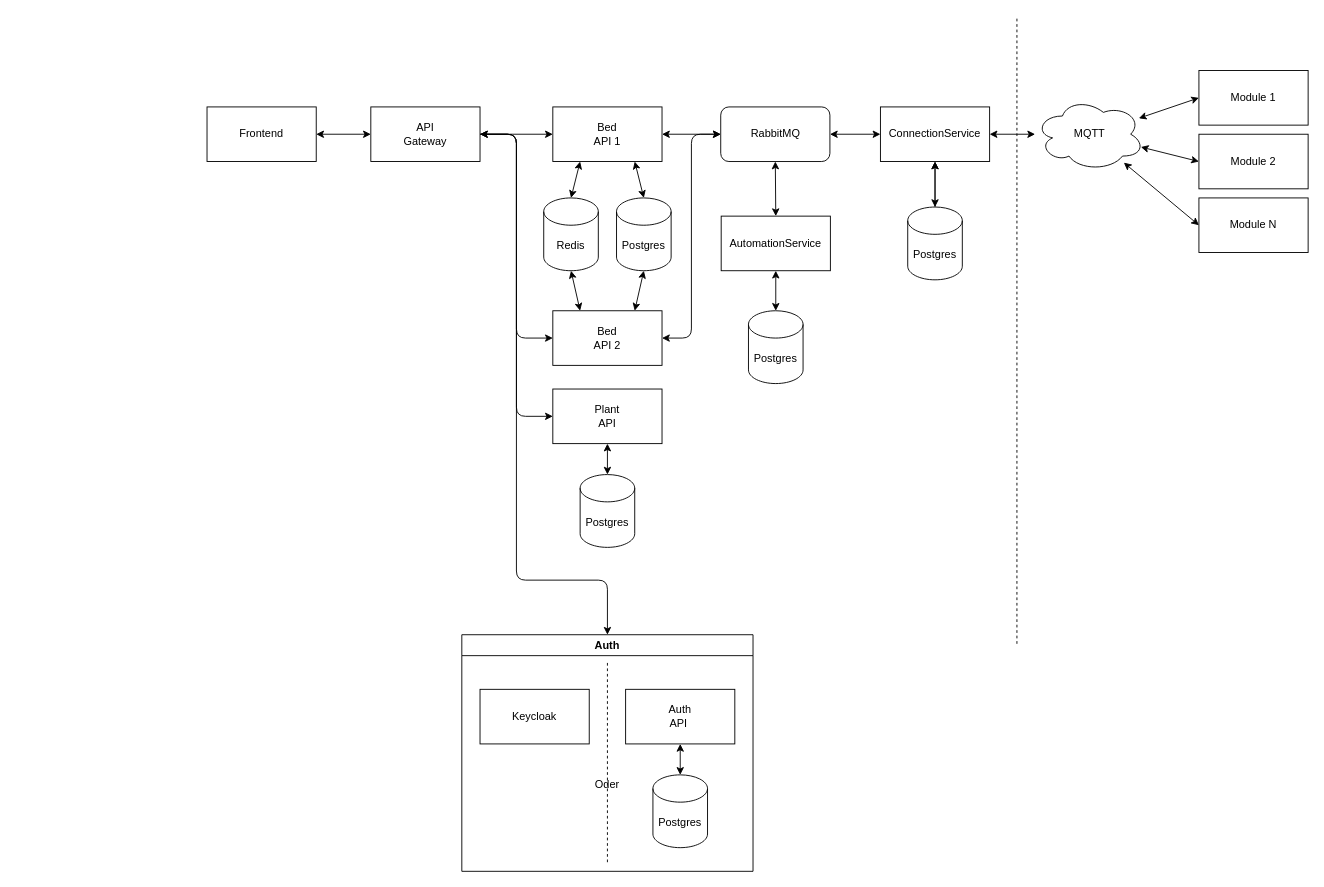
This is docs/planning/Architecture.drawio from S-Mitterlehner/smart-garden, a draw.io file, before an edit. Source tidied: cells renumbered, new cells numbered last; positions are measured from the earlier drawing's top-left corner, leaving out a move shared by most shapes. Both pictures are drawn from the tidied source at 91%, with x=0, y=0 at pixel (207, 15).
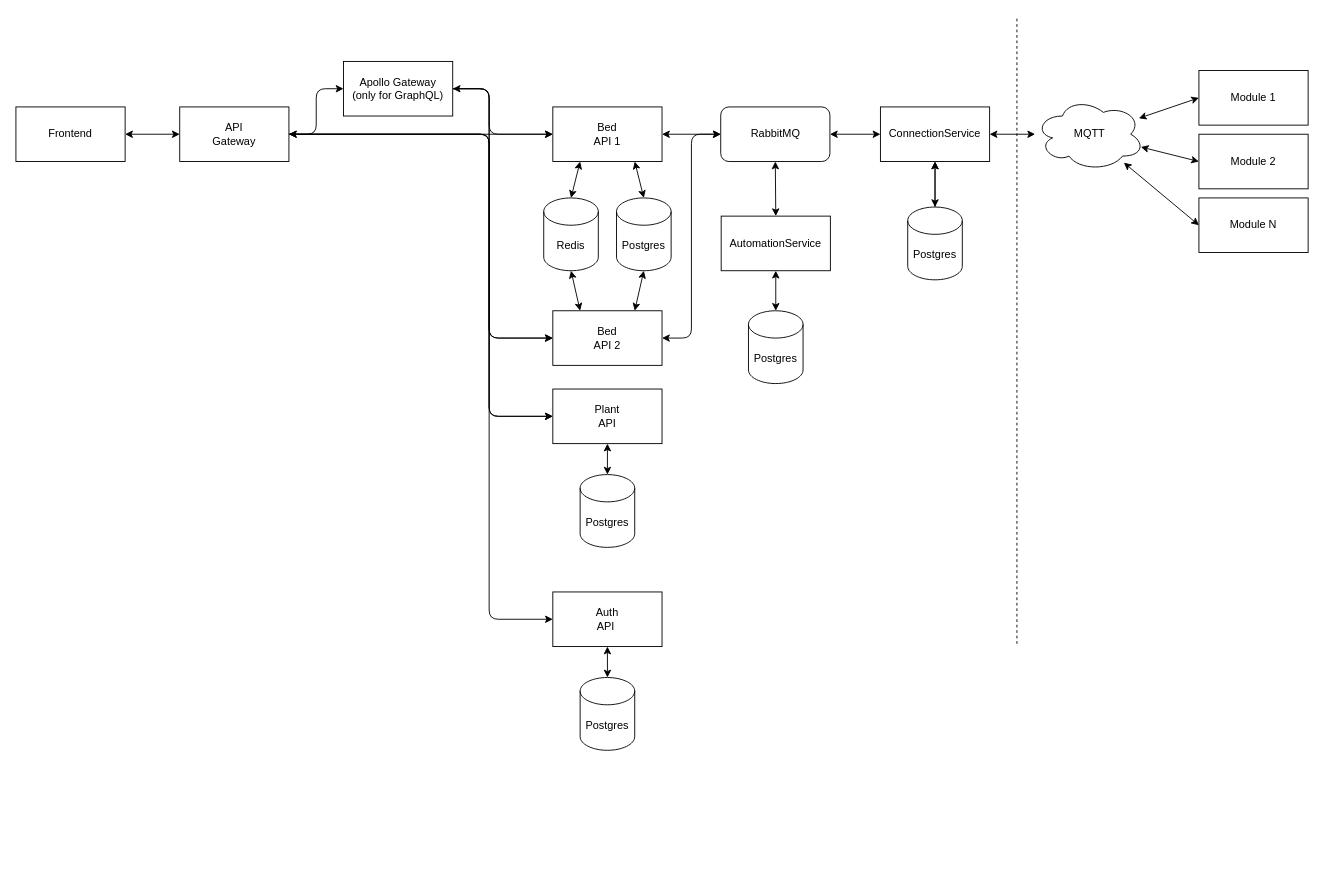
Above is the later version.

Unchanged cells that the change refers to:
```xml
<mxCell id="12" value="Bed&lt;div&gt;API 1&lt;/div&gt;" style="rounded=0;whiteSpace=wrap;html=1;" parent="1" vertex="1">
  <mxGeometry x="380" y="100" width="120" height="60" as="geometry" />
</mxCell>
<mxCell id="30" value="Plant&lt;div&gt;API&lt;/div&gt;" style="rounded=0;whiteSpace=wrap;html=1;" parent="1" vertex="1">
  <mxGeometry x="380" y="410" width="120" height="60" as="geometry" />
</mxCell>
<mxCell id="40" value="Bed&lt;div&gt;API 2&lt;/div&gt;" style="rounded=0;whiteSpace=wrap;html=1;" parent="1" vertex="1">
  <mxGeometry x="380" y="324" width="120" height="60" as="geometry" />
</mxCell>
```

Change to the diagram source:
```diff
@@
     <mxCell id="11" value="Frontend" style="rounded=0;whiteSpace=wrap;html=1;" parent="1" vertex="1">
-      <mxGeometry y="100" width="120" height="60" as="geometry" />
+      <mxGeometry x="-210" y="100" width="120" height="60" as="geometry" />
     </mxCell>
@@
     <mxCell id="34" style="edgeStyle=orthogonalEdgeStyle;html=1;exitX=1;exitY=0.5;exitDx=0;exitDy=0;entryX=0;entryY=0.5;entryDx=0;entryDy=0;rounded=1;curved=0;" parent="1" edge="1" source="36" target="30">
-      <mxGeometry relative="1" as="geometry" />
+      <mxGeometry relative="1" as="geometry">
+        <Array as="points">
+          <mxPoint x="310" y="130" />
+          <mxPoint x="310" y="440" />
+        </Array>
+      </mxGeometry>
     </mxCell>
-    <mxCell id="35" style="edgeStyle=orthogonalEdgeStyle;html=1;exitX=1;exitY=0.5;exitDx=0;exitDy=0;entryX=0.5;entryY=0;entryDx=0;entryDy=0;" parent="1" edge="1" source="36" target="41">
+    <mxCell id="35" style="edgeStyle=orthogonalEdgeStyle;html=1;exitX=1;exitY=0.5;exitDx=0;exitDy=0;entryX=0;entryY=0.5;entryDx=0;entryDy=0;" parent="1" edge="1" source="36" target="42">
       <mxGeometry relative="1" as="geometry">
         <Array as="points">
-          <mxPoint x="340" y="130" />
-          <mxPoint x="340" y="620" />
-          <mxPoint x="440" y="620" />
+          <mxPoint x="310" y="130" />
+          <mxPoint x="310" y="663" />
         </Array>
       </mxGeometry>
     </mxCell>
+    <mxCell id="48" style="edgeStyle=orthogonalEdgeStyle;html=1;exitX=1;exitY=0.5;exitDx=0;exitDy=0;entryX=0;entryY=0.5;entryDx=0;entryDy=0;" parent="1" edge="1" source="36" target="47">
+      <mxGeometry relative="1" as="geometry" />
+    </mxCell>
     <mxCell id="36" value="API&lt;div&gt;Gateway&lt;/div&gt;" style="rounded=0;whiteSpace=wrap;html=1;" parent="1" vertex="1">
-      <mxGeometry x="180" y="100" width="120" height="60" as="geometry" />
+      <mxGeometry x="-30" y="100" width="120" height="60" as="geometry" />
     </mxCell>
@@
     <mxCell id="38" style="edgeStyle=orthogonalEdgeStyle;html=1;exitX=0;exitY=0.5;exitDx=0;exitDy=0;entryX=1;entryY=0.5;entryDx=0;entryDy=0;rounded=1;curved=0;startArrow=classic;startFill=1;" parent="1" edge="1" source="40" target="36">
-      <mxGeometry relative="1" as="geometry" />
+      <mxGeometry relative="1" as="geometry">
+        <Array as="points">
+          <mxPoint x="310" y="354" />
+          <mxPoint x="310" y="130" />
+        </Array>
+      </mxGeometry>
     </mxCell>
@@
-    <mxCell id="41" value="Auth" style="swimlane;whiteSpace=wrap;html=1;" parent="1" vertex="1">
-      <mxGeometry x="280" y="680" width="320" height="260" as="geometry" />
-    </mxCell>
-    <mxCell id="42" value="Auth&lt;div&gt;API&amp;nbsp;&lt;/div&gt;" style="rounded=0;whiteSpace=wrap;html=1;" parent="41" vertex="1">
-      <mxGeometry x="180" y="60" width="120" height="60" as="geometry" />
+    <mxCell id="42" value="Auth&lt;div&gt;API&amp;nbsp;&lt;/div&gt;" style="rounded=0;whiteSpace=wrap;html=1;" parent="1" vertex="1">
+      <mxGeometry x="380" y="633" width="120" height="60" as="geometry" />
     </mxCell>
-    <mxCell id="43" value="Postgres" style="shape=cylinder3;whiteSpace=wrap;html=1;boundedLbl=1;backgroundOutline=1;size=15;" parent="41" vertex="1">
-      <mxGeometry x="210" y="154" width="60" height="80" as="geometry" />
+    <mxCell id="43" value="Postgres" style="shape=cylinder3;whiteSpace=wrap;html=1;boundedLbl=1;backgroundOutline=1;size=15;" parent="1" vertex="1">
+      <mxGeometry x="410" y="727" width="60" height="80" as="geometry" />
     </mxCell>
-    <mxCell id="44" style="edgeStyle=none;html=1;exitX=0.5;exitY=1;exitDx=0;exitDy=0;entryX=0.5;entryY=0;entryDx=0;entryDy=0;entryPerimeter=0;startArrow=classic;startFill=1;" parent="41" edge="1" source="42" target="43">
+    <mxCell id="44" style="edgeStyle=none;html=1;exitX=0.5;exitY=1;exitDx=0;exitDy=0;entryX=0.5;entryY=0;entryDx=0;entryDy=0;entryPerimeter=0;startArrow=classic;startFill=1;" parent="1" edge="1" source="42" target="43">
       <mxGeometry relative="1" as="geometry" />
     </mxCell>
-    <mxCell id="45" value="Keycloak" style="rounded=0;whiteSpace=wrap;html=1;" parent="41" vertex="1">
-      <mxGeometry x="20" y="60" width="120" height="60" as="geometry" />
-    </mxCell>
-    <mxCell id="46" style="endArrow=none;dashed=1;html=1;" parent="41" edge="1">
-      <mxGeometry relative="1" as="geometry">
-        <mxPoint x="160" y="250" as="sourcePoint" />
-        <mxPoint x="160" y="30" as="targetPoint" />
-      </mxGeometry>
-    </mxCell>
+    <mxCell id="49" style="edgeStyle=orthogonalEdgeStyle;html=1;exitX=1;exitY=0.5;exitDx=0;exitDy=0;entryX=0;entryY=0.5;entryDx=0;entryDy=0;" parent="1" edge="1" source="47" target="12">
+      <mxGeometry relative="1" as="geometry">
+        <Array as="points">
+          <mxPoint x="310" y="80" />
+          <mxPoint x="310" y="130" />
+        </Array>
+      </mxGeometry>
+    </mxCell>
+    <mxCell id="50" style="edgeStyle=orthogonalEdgeStyle;html=1;exitX=1;exitY=0.5;exitDx=0;exitDy=0;entryX=0;entryY=0.5;entryDx=0;entryDy=0;" parent="1" edge="1" source="47" target="40">
+      <mxGeometry relative="1" as="geometry">
+        <Array as="points">
+          <mxPoint x="310" y="80" />
+          <mxPoint x="310" y="354" />
+        </Array>
+      </mxGeometry>
+    </mxCell>
+    <mxCell id="51" style="edgeStyle=orthogonalEdgeStyle;html=1;exitX=1;exitY=0.5;exitDx=0;exitDy=0;entryX=0;entryY=0.5;entryDx=0;entryDy=0;startArrow=classic;startFill=1;" parent="1" edge="1" source="47" target="30">
+      <mxGeometry relative="1" as="geometry">
+        <Array as="points">
+          <mxPoint x="310" y="80" />
+          <mxPoint x="310" y="440" />
+        </Array>
+      </mxGeometry>
+    </mxCell>
-    <mxCell id="47" value="Oder" style="text;html=1;align=center;verticalAlign=middle;whiteSpace=wrap;rounded=0;" parent="41" vertex="1">
-      <mxGeometry x="130" y="150" width="60" height="30" as="geometry" />
+    <mxCell id="47" value="Apollo Gateway&lt;div&gt;(only for GraphQL)&lt;/div&gt;" style="rounded=0;whiteSpace=wrap;html=1;" parent="1" vertex="1">
+      <mxGeometry x="150" y="50" width="120" height="60" as="geometry" />
     </mxCell>
```
